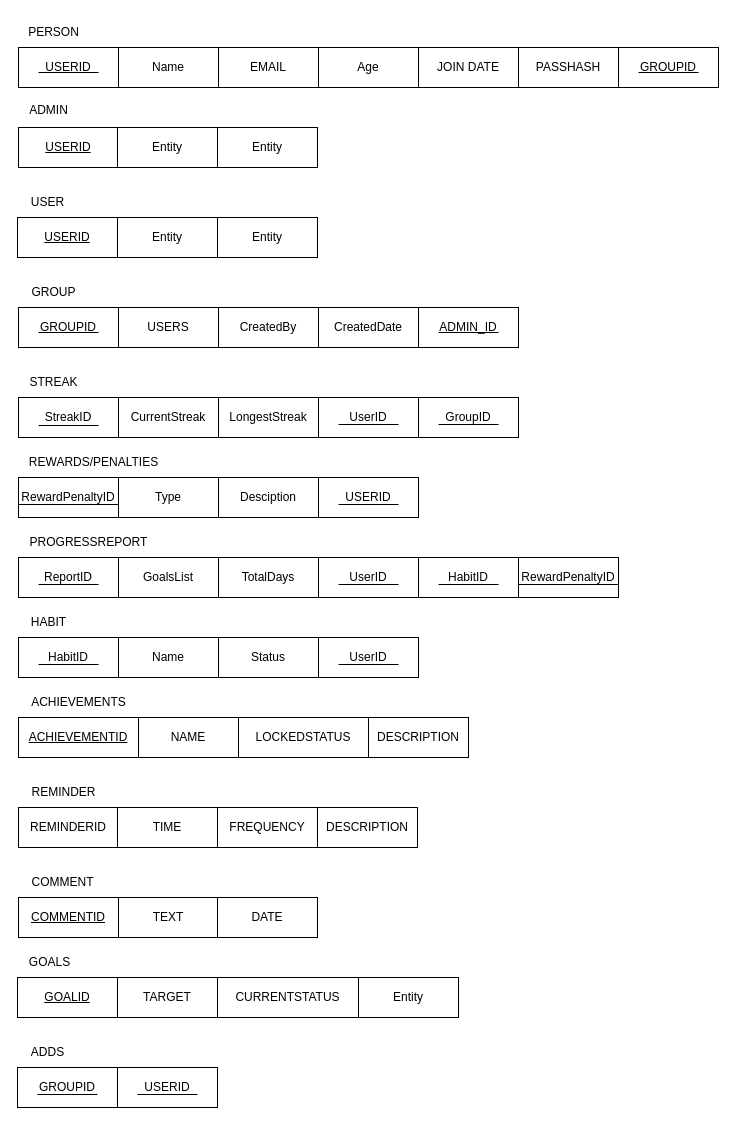
HBasra1428/habit-tracker-project keeps this draw.io diagram as RelationalModel.drawio. Above is the earlier version. Source tidied: cells renumbered, new cells numbered last; positions are measured from the earlier drawing's top-left corner, leaving out a move shared by most shapes. Both pictures are drawn from the tidied source at 100%, with x=0, y=0 at pixel (17, 17).
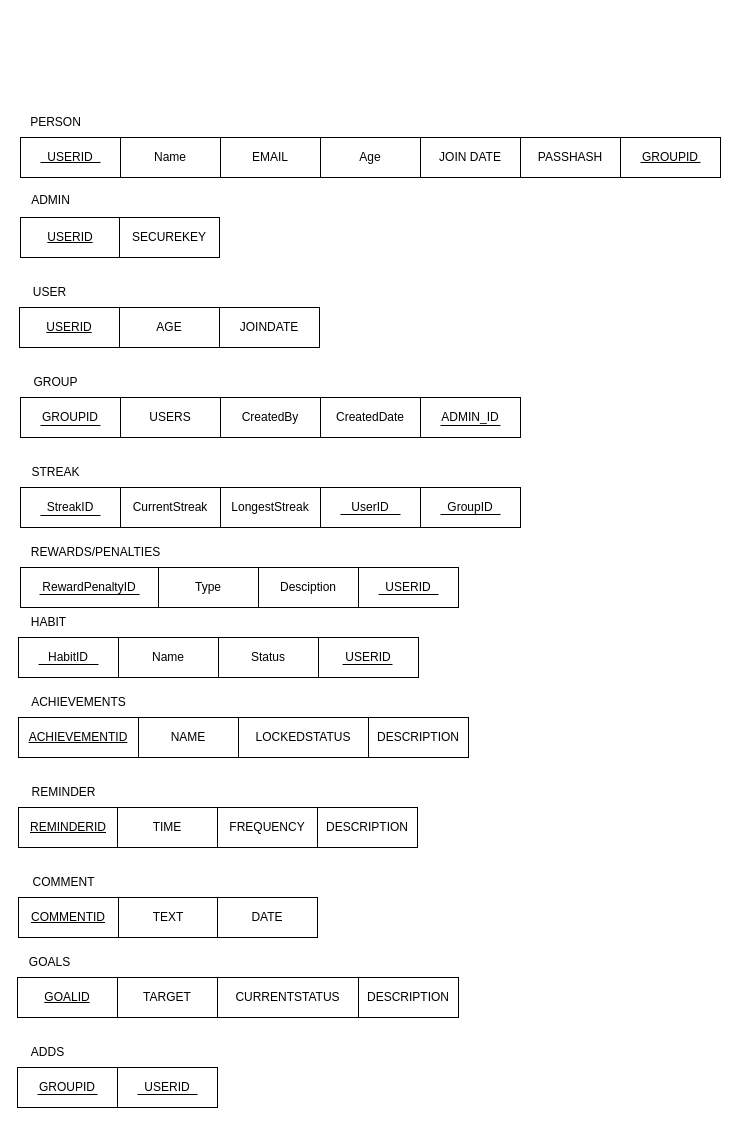
After the change.

The edit, as a diff of the source:
```diff
@@
     <mxCell id="2" value="Age" style="whiteSpace=wrap;html=1;align=center;" parent="1" vertex="1">
-      <mxGeometry x="301" y="30" width="100" height="40" as="geometry" />
+      <mxGeometry x="303" y="120" width="100" height="40" as="geometry" />
     </mxCell>
     <mxCell id="3" value="EMAIL" style="whiteSpace=wrap;html=1;align=center;" parent="1" vertex="1">
-      <mxGeometry x="201" y="30" width="100" height="40" as="geometry" />
+      <mxGeometry x="203" y="120" width="100" height="40" as="geometry" />
     </mxCell>
     <mxCell id="4" value="Name" style="whiteSpace=wrap;html=1;align=center;" parent="1" vertex="1">
-      <mxGeometry x="101" y="30" width="100" height="40" as="geometry" />
+      <mxGeometry x="103" y="120" width="100" height="40" as="geometry" />
     </mxCell>
     <mxCell id="5" value="USERID" style="whiteSpace=wrap;html=1;align=center;" parent="1" vertex="1">
-      <mxGeometry x="1" y="30" width="100" height="40" as="geometry" />
+      <mxGeometry x="3" y="120" width="100" height="40" as="geometry" />
     </mxCell>
     <mxCell id="6" value="CreatedDate" style="whiteSpace=wrap;html=1;align=center;" parent="1" vertex="1">
-      <mxGeometry x="301" y="290" width="100" height="40" as="geometry" />
+      <mxGeometry x="303" y="380" width="100" height="40" as="geometry" />
     </mxCell>
     <mxCell id="7" value="CreatedBy" style="whiteSpace=wrap;html=1;align=center;" parent="1" vertex="1">
-      <mxGeometry x="201" y="290" width="100" height="40" as="geometry" />
+      <mxGeometry x="203" y="380" width="100" height="40" as="geometry" />
     </mxCell>
     <mxCell id="8" value="USERS" style="whiteSpace=wrap;html=1;align=center;" parent="1" vertex="1">
-      <mxGeometry x="101" y="290" width="100" height="40" as="geometry" />
+      <mxGeometry x="103" y="380" width="100" height="40" as="geometry" />
     </mxCell>
     <mxCell id="9" value="GROUPID" style="whiteSpace=wrap;html=1;align=center;" parent="1" vertex="1">
-      <mxGeometry x="1" y="290" width="100" height="40" as="geometry" />
+      <mxGeometry x="3" y="380" width="100" height="40" as="geometry" />
     </mxCell>
@@
     <mxCell id="12" value="JOIN DATE" style="whiteSpace=wrap;html=1;align=center;" parent="1" vertex="1">
-      <mxGeometry x="401" y="30" width="100" height="40" as="geometry" />
+      <mxGeometry x="403" y="120" width="100" height="40" as="geometry" />
     </mxCell>
     <mxCell id="13" value="PASSHASH" style="whiteSpace=wrap;html=1;align=center;" parent="1" vertex="1">
-      <mxGeometry x="501" y="30" width="100" height="40" as="geometry" />
+      <mxGeometry x="503" y="120" width="100" height="40" as="geometry" />
     </mxCell>
     <mxCell id="14" value="GROUPID" style="whiteSpace=wrap;html=1;align=center;" parent="1" vertex="1">
-      <mxGeometry x="601" y="30" width="100" height="40" as="geometry" />
+      <mxGeometry x="603" y="120" width="100" height="40" as="geometry" />
     </mxCell>
     <mxCell id="15" style="line;strokeWidth=1;dashed=0;labelPosition=right;align=left;verticalAlign=middle;spacingTop=0;spacingLeft=6;" parent="1" vertex="1">
-      <mxGeometry x="21" y="50" width="60" height="10" as="geometry" />
+      <mxGeometry x="23" y="140" width="60" height="10" as="geometry" />
     </mxCell>
     <mxCell id="16" style="line;strokeWidth=1;dashed=0;labelPosition=right;align=left;verticalAlign=middle;spacingTop=0;spacingLeft=6;" parent="1" vertex="1">
-      <mxGeometry x="621" y="50" width="60" height="10" as="geometry" />
+      <mxGeometry x="623" y="140" width="60" height="10" as="geometry" />
     </mxCell>
     <mxCell id="17" style="line;strokeWidth=1;dashed=0;labelPosition=right;align=left;verticalAlign=middle;spacingTop=0;spacingLeft=6;" parent="1" vertex="1">
-      <mxGeometry x="21" y="310" width="60" height="10" as="geometry" />
+      <mxGeometry x="23" y="403" width="60" height="10" as="geometry" />
     </mxCell>
     <mxCell id="18" value="ADMIN_ID" style="whiteSpace=wrap;html=1;align=center;" parent="1" vertex="1">
-      <mxGeometry x="401" y="290" width="100" height="40" as="geometry" />
+      <mxGeometry x="403" y="380" width="100" height="40" as="geometry" />
     </mxCell>
     <mxCell id="19" style="line;strokeWidth=1;dashed=0;labelPosition=right;align=left;verticalAlign=middle;spacingTop=0;spacingLeft=6;" parent="1" vertex="1">
-      <mxGeometry x="421" y="310" width="60" height="10" as="geometry" />
+      <mxGeometry x="423" y="403" width="60" height="10" as="geometry" />
     </mxCell>
     <mxCell id="20" value="PERSON" style="text;html=1;align=center;verticalAlign=middle;strokeColor=none;fillColor=none;" parent="1" vertex="1">
-      <mxGeometry x="1" width="70" height="30" as="geometry" />
+      <mxGeometry x="3" y="90" width="70" height="30" as="geometry" />
     </mxCell>
     <mxCell id="21" value="GROUP" style="text;html=1;align=center;verticalAlign=middle;strokeColor=none;fillColor=none;" parent="1" vertex="1">
-      <mxGeometry x="1" y="260" width="70" height="30" as="geometry" />
+      <mxGeometry x="3" y="350" width="70" height="30" as="geometry" />
     </mxCell>
@@
     <mxCell id="25" value="GroupID" style="whiteSpace=wrap;html=1;align=center;" parent="1" vertex="1">
-      <mxGeometry x="401" y="380" width="100" height="40" as="geometry" />
+      <mxGeometry x="403" y="470" width="100" height="40" as="geometry" />
     </mxCell>
     <mxCell id="26" value="Type" style="whiteSpace=wrap;html=1;align=center;" parent="1" vertex="1">
-      <mxGeometry x="101" y="460" width="100" height="40" as="geometry" />
+      <mxGeometry x="141" y="550" width="100" height="40" as="geometry" />
     </mxCell>
     <mxCell id="27" value="RewardPenaltyID" style="whiteSpace=wrap;html=1;align=center;" parent="1" vertex="1">
-      <mxGeometry x="1" y="460" width="100" height="40" as="geometry" />
+      <mxGeometry x="3" y="550" width="138" height="40" as="geometry" />
     </mxCell>
     <mxCell id="28" value="UserID" style="whiteSpace=wrap;html=1;align=center;" parent="1" vertex="1">
-      <mxGeometry x="301" y="380" width="100" height="40" as="geometry" />
+      <mxGeometry x="303" y="470" width="100" height="40" as="geometry" />
     </mxCell>
     <mxCell id="29" value="LongestStreak" style="whiteSpace=wrap;html=1;align=center;" parent="1" vertex="1">
-      <mxGeometry x="201" y="380" width="100" height="40" as="geometry" />
+      <mxGeometry x="203" y="470" width="100" height="40" as="geometry" />
     </mxCell>
     <mxCell id="30" value="CurrentStreak" style="whiteSpace=wrap;html=1;align=center;" parent="1" vertex="1">
-      <mxGeometry x="101" y="380" width="100" height="40" as="geometry" />
+      <mxGeometry x="103" y="470" width="100" height="40" as="geometry" />
     </mxCell>
     <mxCell id="31" value="StreakID" style="whiteSpace=wrap;html=1;align=center;" parent="1" vertex="1">
-      <mxGeometry x="1" y="380" width="100" height="40" as="geometry" />
+      <mxGeometry x="3" y="470" width="100" height="40" as="geometry" />
     </mxCell>
     <mxCell id="32" style="line;strokeWidth=1;dashed=0;labelPosition=right;align=left;verticalAlign=middle;spacingTop=0;spacingLeft=6;" parent="1" vertex="1">
-      <mxGeometry x="421" y="402" width="60" height="10" as="geometry" />
+      <mxGeometry x="423" y="492" width="60" height="10" as="geometry" />
     </mxCell>
     <mxCell id="33" style="line;strokeWidth=1;dashed=0;labelPosition=right;align=left;verticalAlign=middle;spacingTop=0;spacingLeft=6;" parent="1" vertex="1">
-      <mxGeometry x="321" y="402" width="60" height="10" as="geometry" />
+      <mxGeometry x="323" y="492" width="60" height="10" as="geometry" />
     </mxCell>
     <mxCell id="34" style="line;strokeWidth=1;dashed=0;labelPosition=right;align=left;verticalAlign=middle;spacingTop=0;spacingLeft=6;" parent="1" vertex="1">
-      <mxGeometry x="21" y="403" width="60" height="10" as="geometry" />
+      <mxGeometry x="23" y="493" width="60" height="10" as="geometry" />
     </mxCell>
     <mxCell id="35" value="STREAK" style="text;html=1;align=center;verticalAlign=middle;strokeColor=none;fillColor=none;" parent="1" vertex="1">
-      <mxGeometry x="1" y="350" width="70" height="30" as="geometry" />
+      <mxGeometry x="3" y="440" width="70" height="30" as="geometry" />
     </mxCell>
     <mxCell id="36" value="REWARDS/PENALTIES" style="text;html=1;align=center;verticalAlign=middle;strokeColor=none;fillColor=none;" parent="1" vertex="1">
-      <mxGeometry x="1" y="430" width="150" height="30" as="geometry" />
+      <mxGeometry x="3" y="520" width="150" height="30" as="geometry" />
     </mxCell>
     <mxCell id="37" value="USERID" style="whiteSpace=wrap;html=1;align=center;" parent="1" vertex="1">
-      <mxGeometry x="301" y="460" width="100" height="40" as="geometry" />
+      <mxGeometry x="341" y="550" width="100" height="40" as="geometry" />
     </mxCell>
     <mxCell id="38" value="Desciption" style="whiteSpace=wrap;html=1;align=center;" parent="1" vertex="1">
-      <mxGeometry x="201" y="460" width="100" height="40" as="geometry" />
+      <mxGeometry x="241" y="550" width="100" height="40" as="geometry" />
     </mxCell>
     <mxCell id="39" style="line;strokeWidth=1;dashed=0;labelPosition=right;align=left;verticalAlign=middle;spacingTop=0;spacingLeft=6;" parent="1" vertex="1">
-      <mxGeometry x="321" y="482" width="60" height="10" as="geometry" />
+      <mxGeometry x="361" y="572" width="60" height="10" as="geometry" />
     </mxCell>
@@
-    <mxCell id="42" value="RewardPenaltyID" style="whiteSpace=wrap;html=1;align=center;" parent="1" vertex="1">
-      <mxGeometry x="501" y="540" width="100" height="40" as="geometry" />
-    </mxCell>
-    <mxCell id="43" value="HabitID" style="whiteSpace=wrap;html=1;align=center;" parent="1" vertex="1">
-      <mxGeometry x="401" y="540" width="100" height="40" as="geometry" />
-    </mxCell>
-    <mxCell id="44" value="UserID" style="whiteSpace=wrap;html=1;align=center;" parent="1" vertex="1">
-      <mxGeometry x="301" y="540" width="100" height="40" as="geometry" />
-    </mxCell>
-    <mxCell id="45" value="TotalDays" style="whiteSpace=wrap;html=1;align=center;" parent="1" vertex="1">
-      <mxGeometry x="201" y="540" width="100" height="40" as="geometry" />
-    </mxCell>
-    <mxCell id="46" value="GoalsList" style="whiteSpace=wrap;html=1;align=center;" parent="1" vertex="1">
-      <mxGeometry x="101" y="540" width="100" height="40" as="geometry" />
-    </mxCell>
-    <mxCell id="47" value="ReportID" style="whiteSpace=wrap;html=1;align=center;" parent="1" vertex="1">
-      <mxGeometry x="1" y="540" width="100" height="40" as="geometry" />
-    </mxCell>
-    <mxCell id="48" value="PROGRESSREPORT" style="text;html=1;align=center;verticalAlign=middle;strokeColor=none;fillColor=none;" parent="1" vertex="1">
-      <mxGeometry x="1" y="510" width="140" height="30" as="geometry" />
-    </mxCell>
-    <mxCell id="49" value="UserID" style="whiteSpace=wrap;html=1;align=center;" parent="1" vertex="1">
+    <mxCell id="49" value="USERID" style="whiteSpace=wrap;html=1;align=center;" parent="1" vertex="1">
       <mxGeometry x="301" y="620" width="100" height="40" as="geometry" />
     </mxCell>
@@
-    <mxCell id="52" style="line;strokeWidth=1;dashed=0;labelPosition=right;align=left;verticalAlign=middle;spacingTop=0;spacingLeft=6;" parent="1" vertex="1">
-      <mxGeometry x="321" y="562" width="60" height="10" as="geometry" />
-    </mxCell>
-    <mxCell id="53" style="line;strokeWidth=1;dashed=0;labelPosition=right;align=left;verticalAlign=middle;spacingTop=0;spacingLeft=6;" parent="1" vertex="1">
-      <mxGeometry x="21" y="562" width="60" height="10" as="geometry" />
-    </mxCell>
     <mxCell id="54" style="line;strokeWidth=1;dashed=0;labelPosition=right;align=left;verticalAlign=middle;spacingTop=0;spacingLeft=6;" parent="1" vertex="1">
-      <mxGeometry x="1" y="482" width="100" height="10" as="geometry" />
+      <mxGeometry x="22" y="572" width="100" height="10" as="geometry" />
     </mxCell>
@@
-    <mxCell id="56" style="line;strokeWidth=1;dashed=0;labelPosition=right;align=left;verticalAlign=middle;spacingTop=0;spacingLeft=6;" parent="1" vertex="1">
-      <mxGeometry x="501" y="562" width="100" height="10" as="geometry" />
-    </mxCell>
-    <mxCell id="57" style="line;strokeWidth=1;dashed=0;labelPosition=right;align=left;verticalAlign=middle;spacingTop=0;spacingLeft=6;" parent="1" vertex="1">
-      <mxGeometry x="421" y="562" width="60" height="10" as="geometry" />
-    </mxCell>
     <mxCell id="58" style="line;strokeWidth=1;dashed=0;labelPosition=right;align=left;verticalAlign=middle;spacingTop=0;spacingLeft=6;" parent="1" vertex="1">
-      <mxGeometry x="321" y="642" width="60" height="10" as="geometry" />
+      <mxGeometry x="325" y="642" width="50" height="10" as="geometry" />
     </mxCell>
@@
     <mxCell id="64" value="&lt;u&gt;USERID&lt;/u&gt;" style="whiteSpace=wrap;html=1;align=center;" parent="1" vertex="1">
-      <mxGeometry x="1" y="110" width="100" height="40" as="geometry" />
+      <mxGeometry x="3" y="200" width="100" height="40" as="geometry" />
     </mxCell>
-    <mxCell id="65" value="Entity" style="whiteSpace=wrap;html=1;align=center;" parent="1" vertex="1">
-      <mxGeometry x="100" y="110" width="100" height="40" as="geometry" />
+    <mxCell id="65" value="SECUREKEY" style="whiteSpace=wrap;html=1;align=center;" parent="1" vertex="1">
+      <mxGeometry x="102" y="200" width="100" height="40" as="geometry" />
     </mxCell>
-    <mxCell id="66" value="Entity" style="whiteSpace=wrap;html=1;align=center;" parent="1" vertex="1">
-      <mxGeometry x="200" y="110" width="100" height="40" as="geometry" />
-    </mxCell>
     <mxCell id="67" value="ADMIN" style="text;html=1;align=center;verticalAlign=middle;strokeColor=none;fillColor=none;" parent="1" vertex="1">
-      <mxGeometry x="1" y="78" width="60" height="30" as="geometry" />
+      <mxGeometry x="3" y="168" width="60" height="30" as="geometry" />
     </mxCell>
     <mxCell id="68" value="&lt;u&gt;USERID&lt;/u&gt;" style="whiteSpace=wrap;html=1;align=center;" parent="1" vertex="1">
-      <mxGeometry y="200" width="100" height="40" as="geometry" />
+      <mxGeometry x="2" y="290" width="100" height="40" as="geometry" />
     </mxCell>
-    <mxCell id="69" value="Entity" style="whiteSpace=wrap;html=1;align=center;" parent="1" vertex="1">
-      <mxGeometry x="100" y="200" width="100" height="40" as="geometry" />
+    <mxCell id="69" value="AGE" style="whiteSpace=wrap;html=1;align=center;" parent="1" vertex="1">
+      <mxGeometry x="102" y="290" width="100" height="40" as="geometry" />
     </mxCell>
-    <mxCell id="70" value="Entity" style="whiteSpace=wrap;html=1;align=center;" parent="1" vertex="1">
-      <mxGeometry x="200" y="200" width="100" height="40" as="geometry" />
+    <mxCell id="70" value="JOINDATE" style="whiteSpace=wrap;html=1;align=center;" parent="1" vertex="1">
+      <mxGeometry x="202" y="290" width="100" height="40" as="geometry" />
     </mxCell>
     <mxCell id="71" value="USER" style="text;html=1;align=center;verticalAlign=middle;strokeColor=none;fillColor=none;" parent="1" vertex="1">
-      <mxGeometry y="170" width="60" height="30" as="geometry" />
+      <mxGeometry x="2" y="260" width="60" height="30" as="geometry" />
     </mxCell>
-    <mxCell id="72" value="REMINDERID" style="whiteSpace=wrap;html=1;align=center;" parent="1" vertex="1">
+    <mxCell id="72" value="&lt;u&gt;REMINDERID&lt;/u&gt;" style="whiteSpace=wrap;html=1;align=center;" parent="1" vertex="1">
       <mxGeometry x="1" y="790" width="100" height="40" as="geometry" />
     </mxCell>
@@
     <mxCell id="78" value="COMMENT" style="text;html=1;align=center;verticalAlign=middle;strokeColor=none;fillColor=none;" parent="1" vertex="1">
-      <mxGeometry y="850" width="90" height="30" as="geometry" />
+      <mxGeometry x="1" y="850" width="90" height="30" as="geometry" />
     </mxCell>
@@
-    <mxCell id="85" value="Entity" style="whiteSpace=wrap;html=1;align=center;" parent="1" vertex="1">
+    <mxCell id="85" value="DESCRIPTION" style="whiteSpace=wrap;html=1;align=center;" parent="1" vertex="1">
       <mxGeometry x="341" y="960" width="100" height="40" as="geometry" />
     </mxCell>
```
